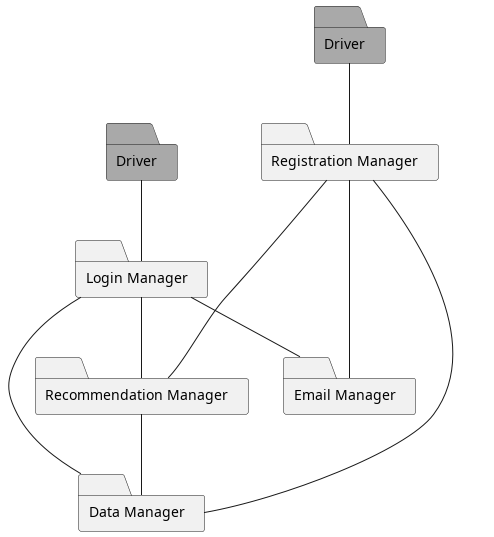
Above: DD/Implementation_integration_and_test_plan/uml_diagrams/feat2.png in matti8702/R_and_DD_project_SE2 (PlantUML), before the change. Source of this version:
```plantuml
@startuml feat2

folder D1 as "Driver" #DarkGray
folder D2 as "Driver" #DarkGray
folder RS as "Registration Manager"
folder L as "Login Manager"
folder EM as "Email Manager"
folder RM as "Recommendation Manager"
folder DM as "Data Manager"

L --- DM
RS --- DM
D1 -- L
D2 -- RS
L  -- EM
RS -- EM
L  -- RM
RS --- RM
RM -- DM
@enduml
```
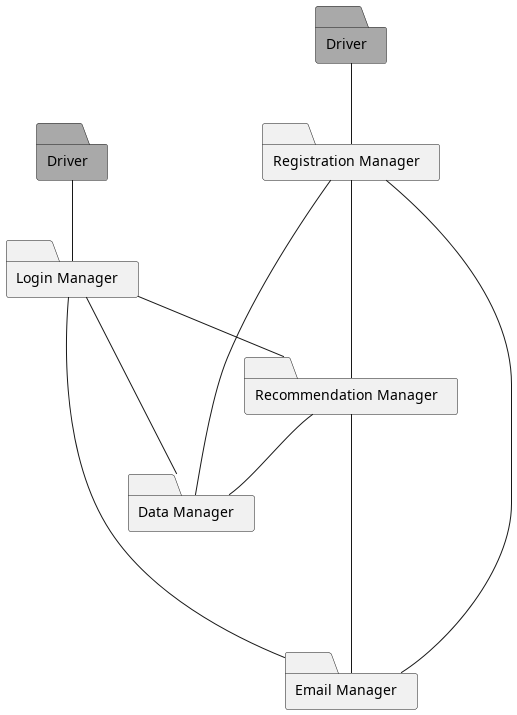
Above is the later version.

The edit, as a diff of the source:
```diff
@@ -16,5 +16,6 @@
 RS -- EM
 L  -- RM
 RS --- RM
+RM ---- EM
 RM -- DM
 @enduml
```
